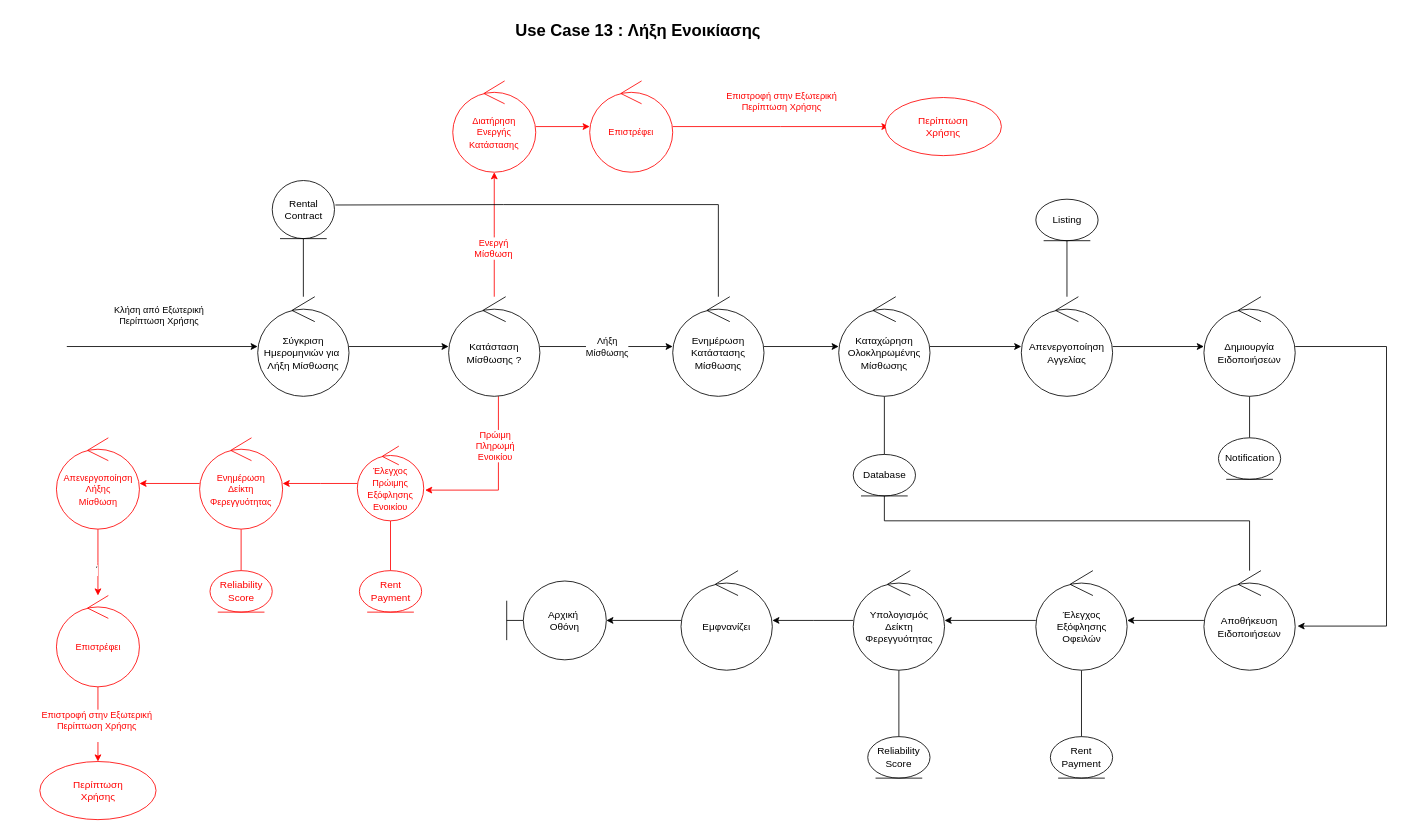
Before: page "13-Λήξη-Ενοικίασης" (15 of 17) of FINAL DIAGRAMS/final_diagrams.drawio in evelinastavropoulou/HomeLink, a draw.io diagram. Source tidied: cells renumbered, new cells numbered last; positions are measured from the earlier drawing's top-left corner, leaving out a move shared by most shapes. Both pictures are drawn from the tidied source at 83%, with x=0, y=0 at pixel (40, 14).
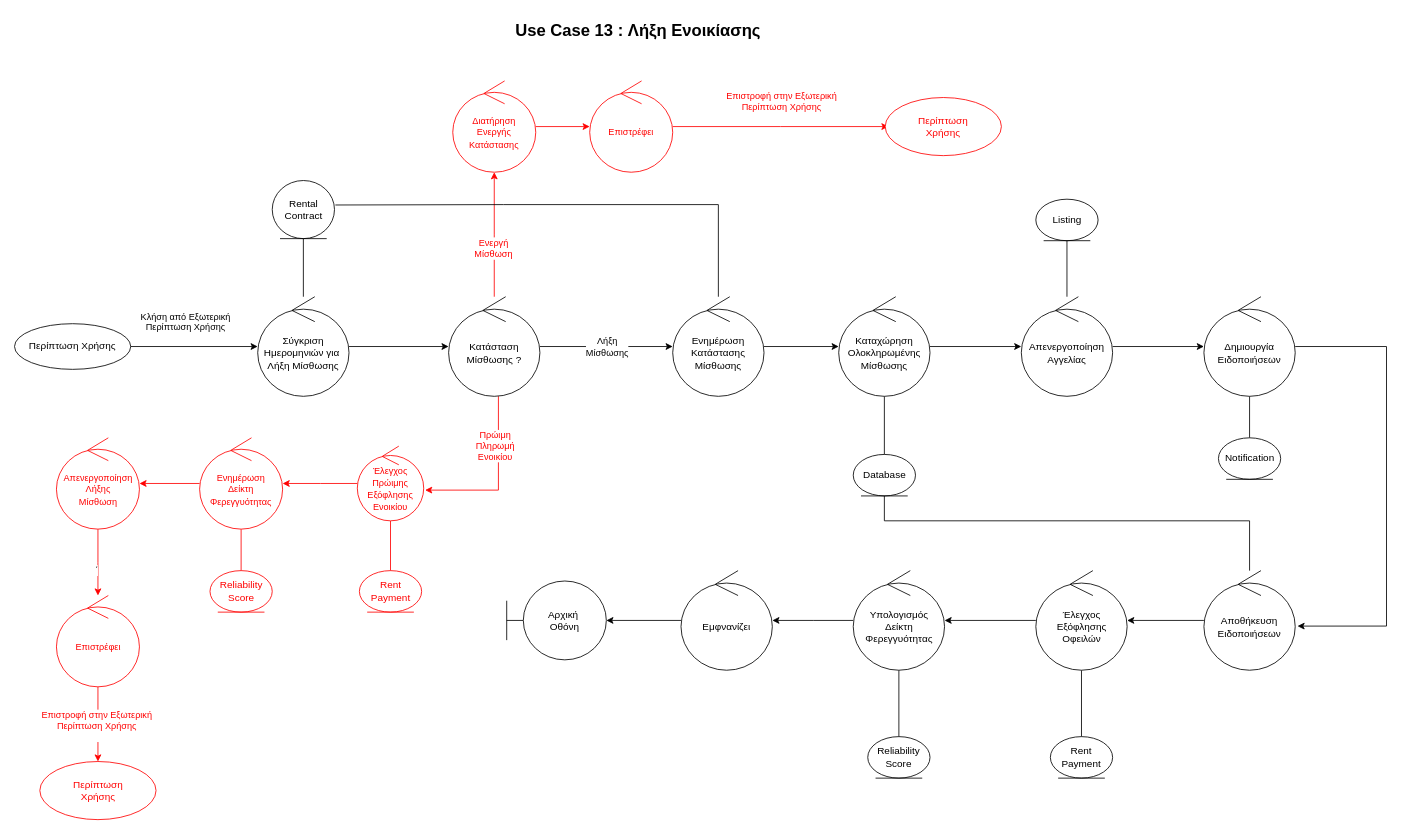
After the change.

Unchanged cells that the change refers to:
```xml
<mxCell id="2" style="endArrow=classic;html=1;rounded=0;" parent="1" edge="1">
  <mxGeometry relative="1" as="geometry">
    <mxPoint x="32" y="400" as="sourcePoint" />
    <mxPoint x="262" y="400" as="targetPoint" />
  </mxGeometry>
</mxCell>
```

Diff of the diagram source:
```diff
@@
     <mxCell id="3" value="Κλήση από Εξωτερική&lt;div&gt;Περίπτωση Χρήσης&lt;div&gt;&lt;br&gt;&lt;/div&gt;&lt;/div&gt;" style="edgeLabel;html=1;align=center;verticalAlign=middle;" parent="2" vertex="1">
       <mxGeometry x="-0.27" y="-3" relative="1" as="geometry">
-        <mxPoint x="26" y="-35" as="offset" />
+        <mxPoint x="58" y="-27" as="offset" />
       </mxGeometry>
     </mxCell>
@@
+    <mxCell id="66" value="Περίπτωση Χρήσης" style="ellipse;whiteSpace=wrap;html=1;strokeColor=#000000;fontColor=#000000;" parent="1" vertex="1">
+      <mxGeometry x="-31" y="372.5" width="140" height="55" as="geometry" />
+    </mxCell>
```
